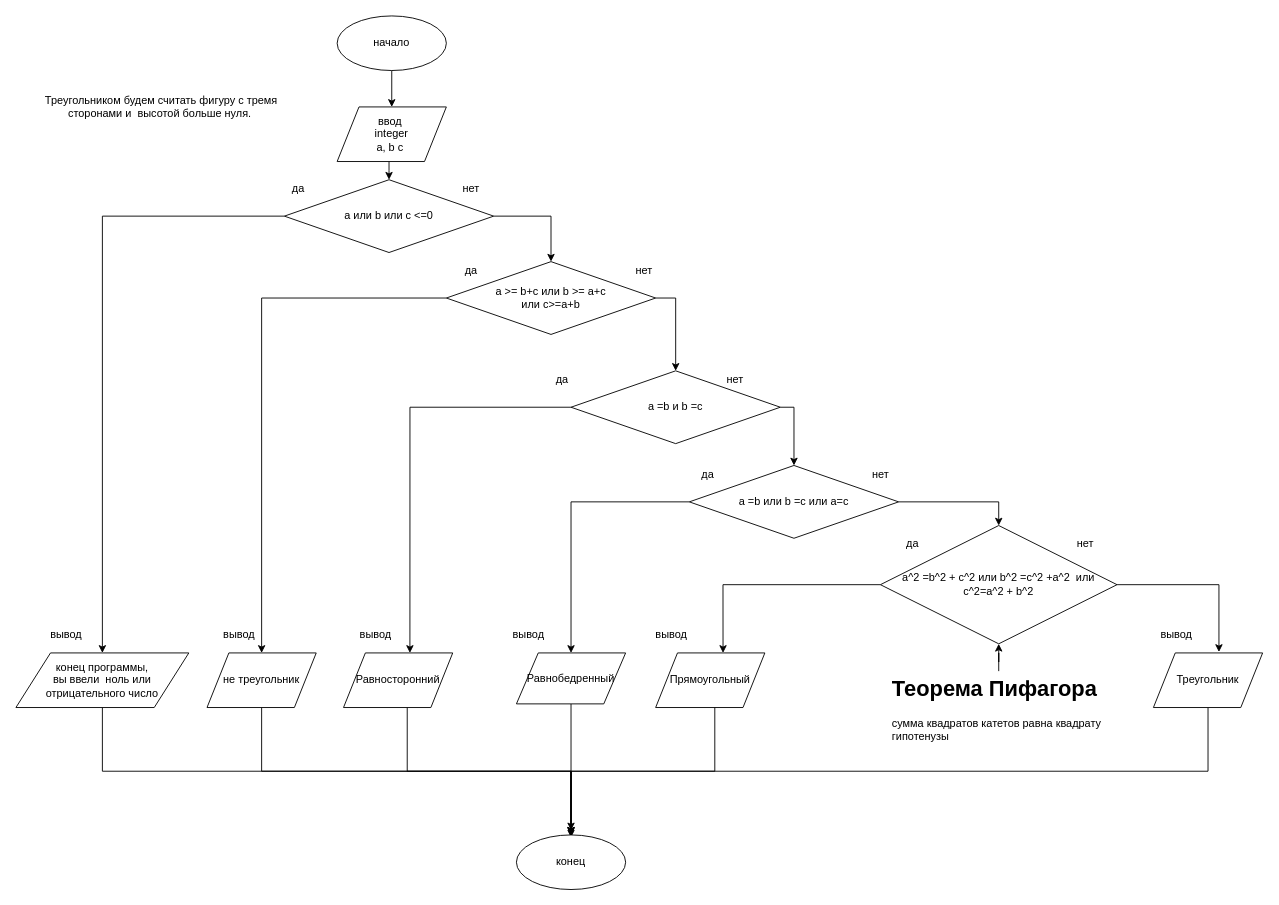
The draw.io diagram page "Task 1-6" (3 of 3) of Untitled Diagram.drawio in alexfadin/python, before the edit. Source tidied: cells renumbered, new cells numbered last; positions are measured from the earlier drawing's top-left corner, leaving out a move shared by most shapes. Both pictures are drawn from the tidied source at 91%, with x=0, y=0 at pixel (15, 15).
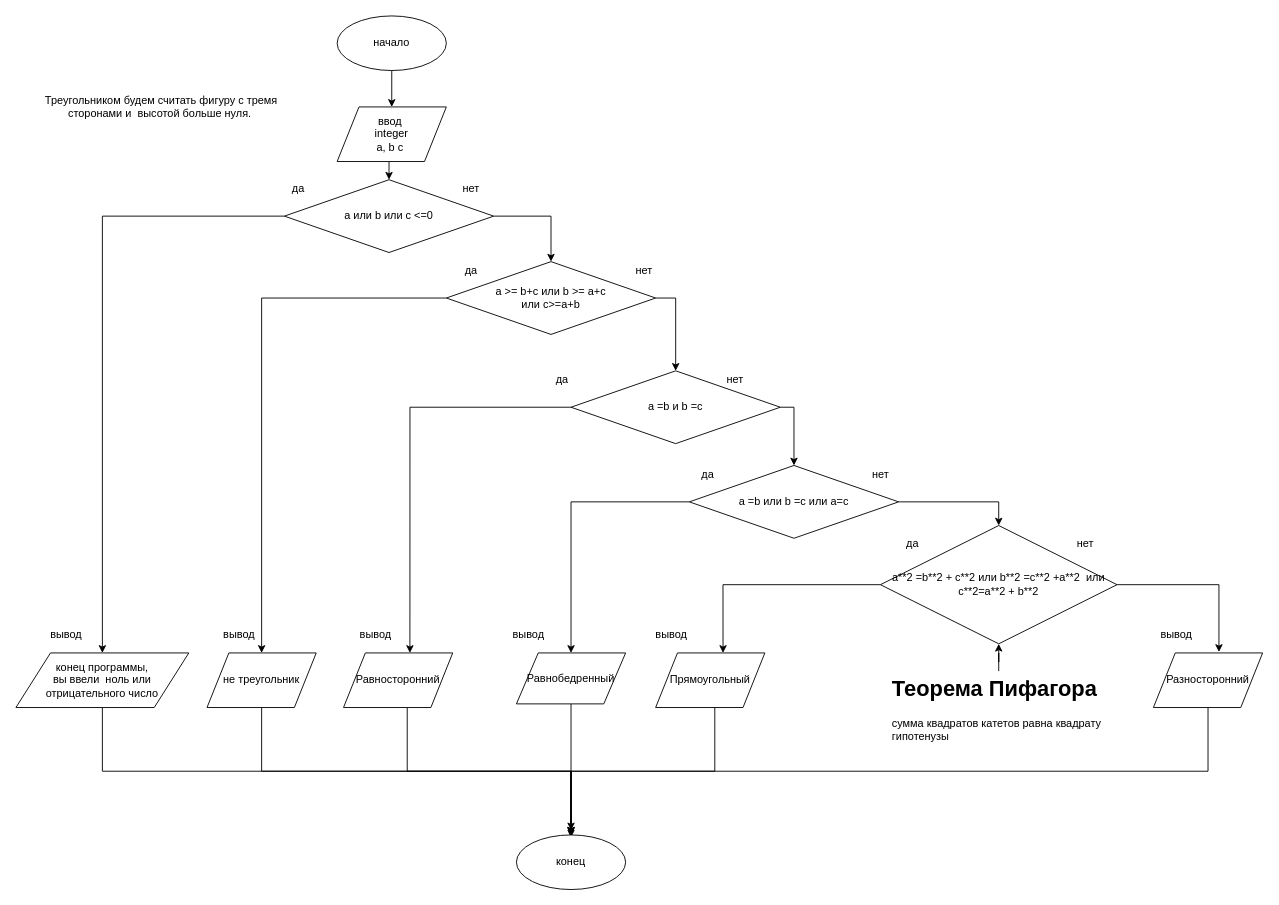
The same diagram, later.

What changed in the source:
```diff
@@
-    <mxCell id="22" value="a^2 =b^2 + c^2 или b^2 =c^2 +a^2&amp;nbsp; или c^2=a^2 + b^2" style="rhombus;whiteSpace=wrap;html=1;" parent="1" vertex="1">
+    <mxCell id="22" value="a**2 =b**2 + c**2 или b**2 =c**2 +a**2&amp;nbsp; или c**2=a**2 + b**2" style="rhombus;whiteSpace=wrap;html=1;" parent="1" vertex="1">
       <mxGeometry x="950" y="560" width="260" height="130" as="geometry" />
     </mxCell>
@@
-    <mxCell id="32" value="Треугольник" style="shape=parallelogram;perimeter=parallelogramPerimeter;whiteSpace=wrap;html=1;" parent="1" vertex="1">
+    <mxCell id="32" value="Разносторонний" style="shape=parallelogram;perimeter=parallelogramPerimeter;whiteSpace=wrap;html=1;" parent="1" vertex="1">
       <mxGeometry x="1250" y="700" width="120" height="60" as="geometry" />
     </mxCell>
```
